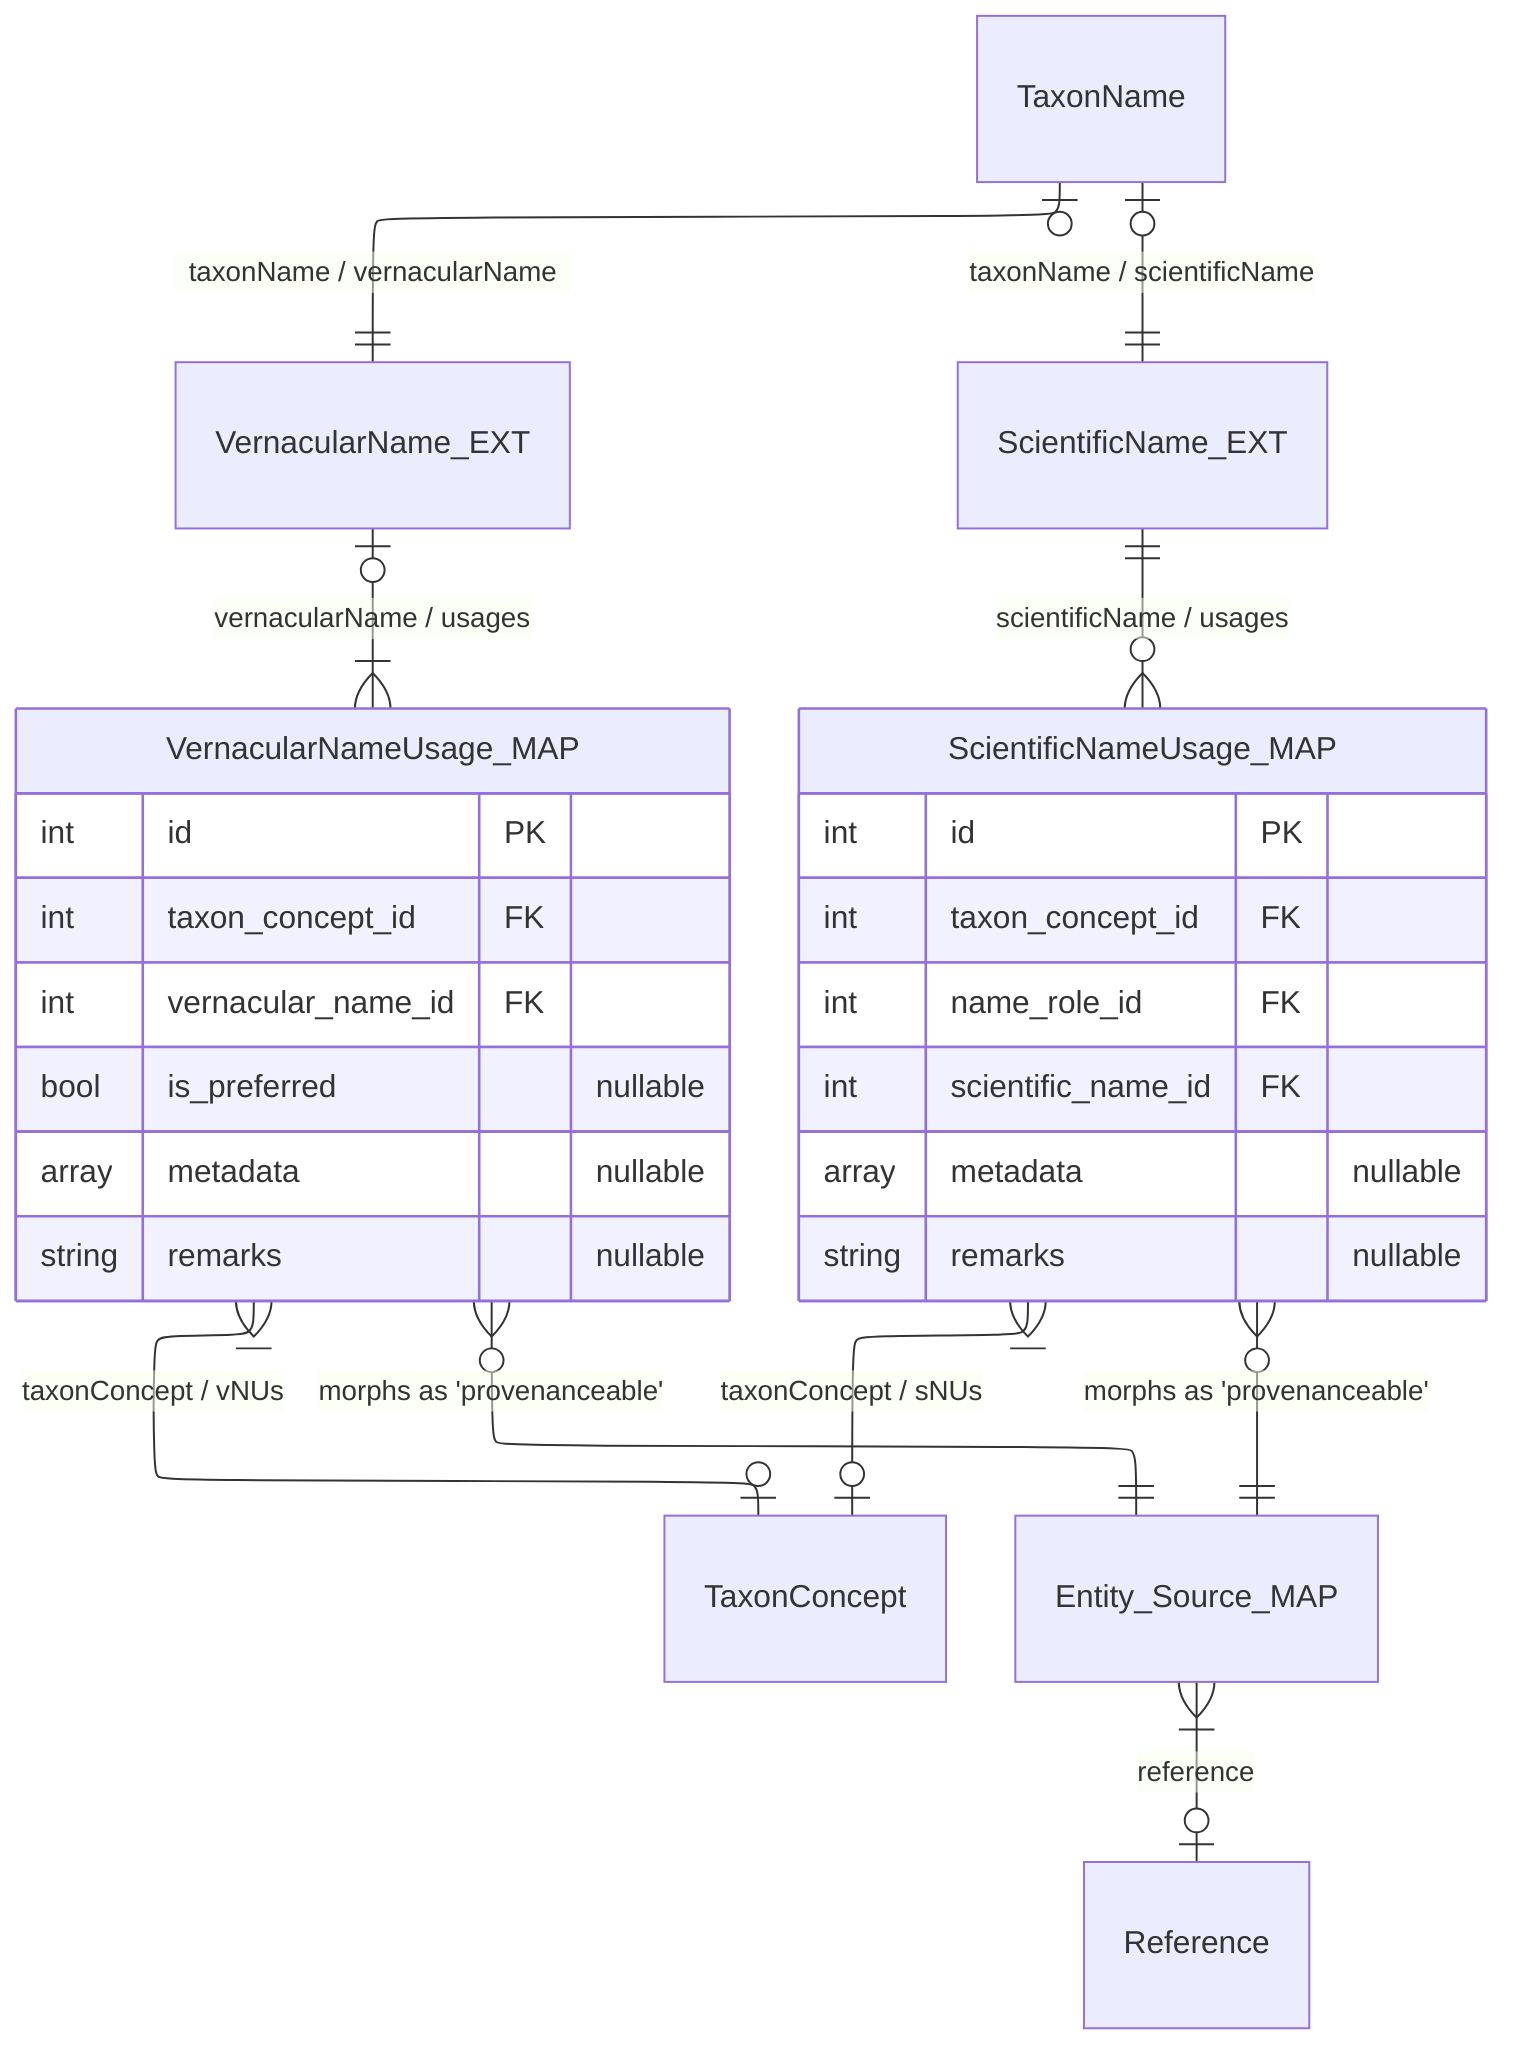
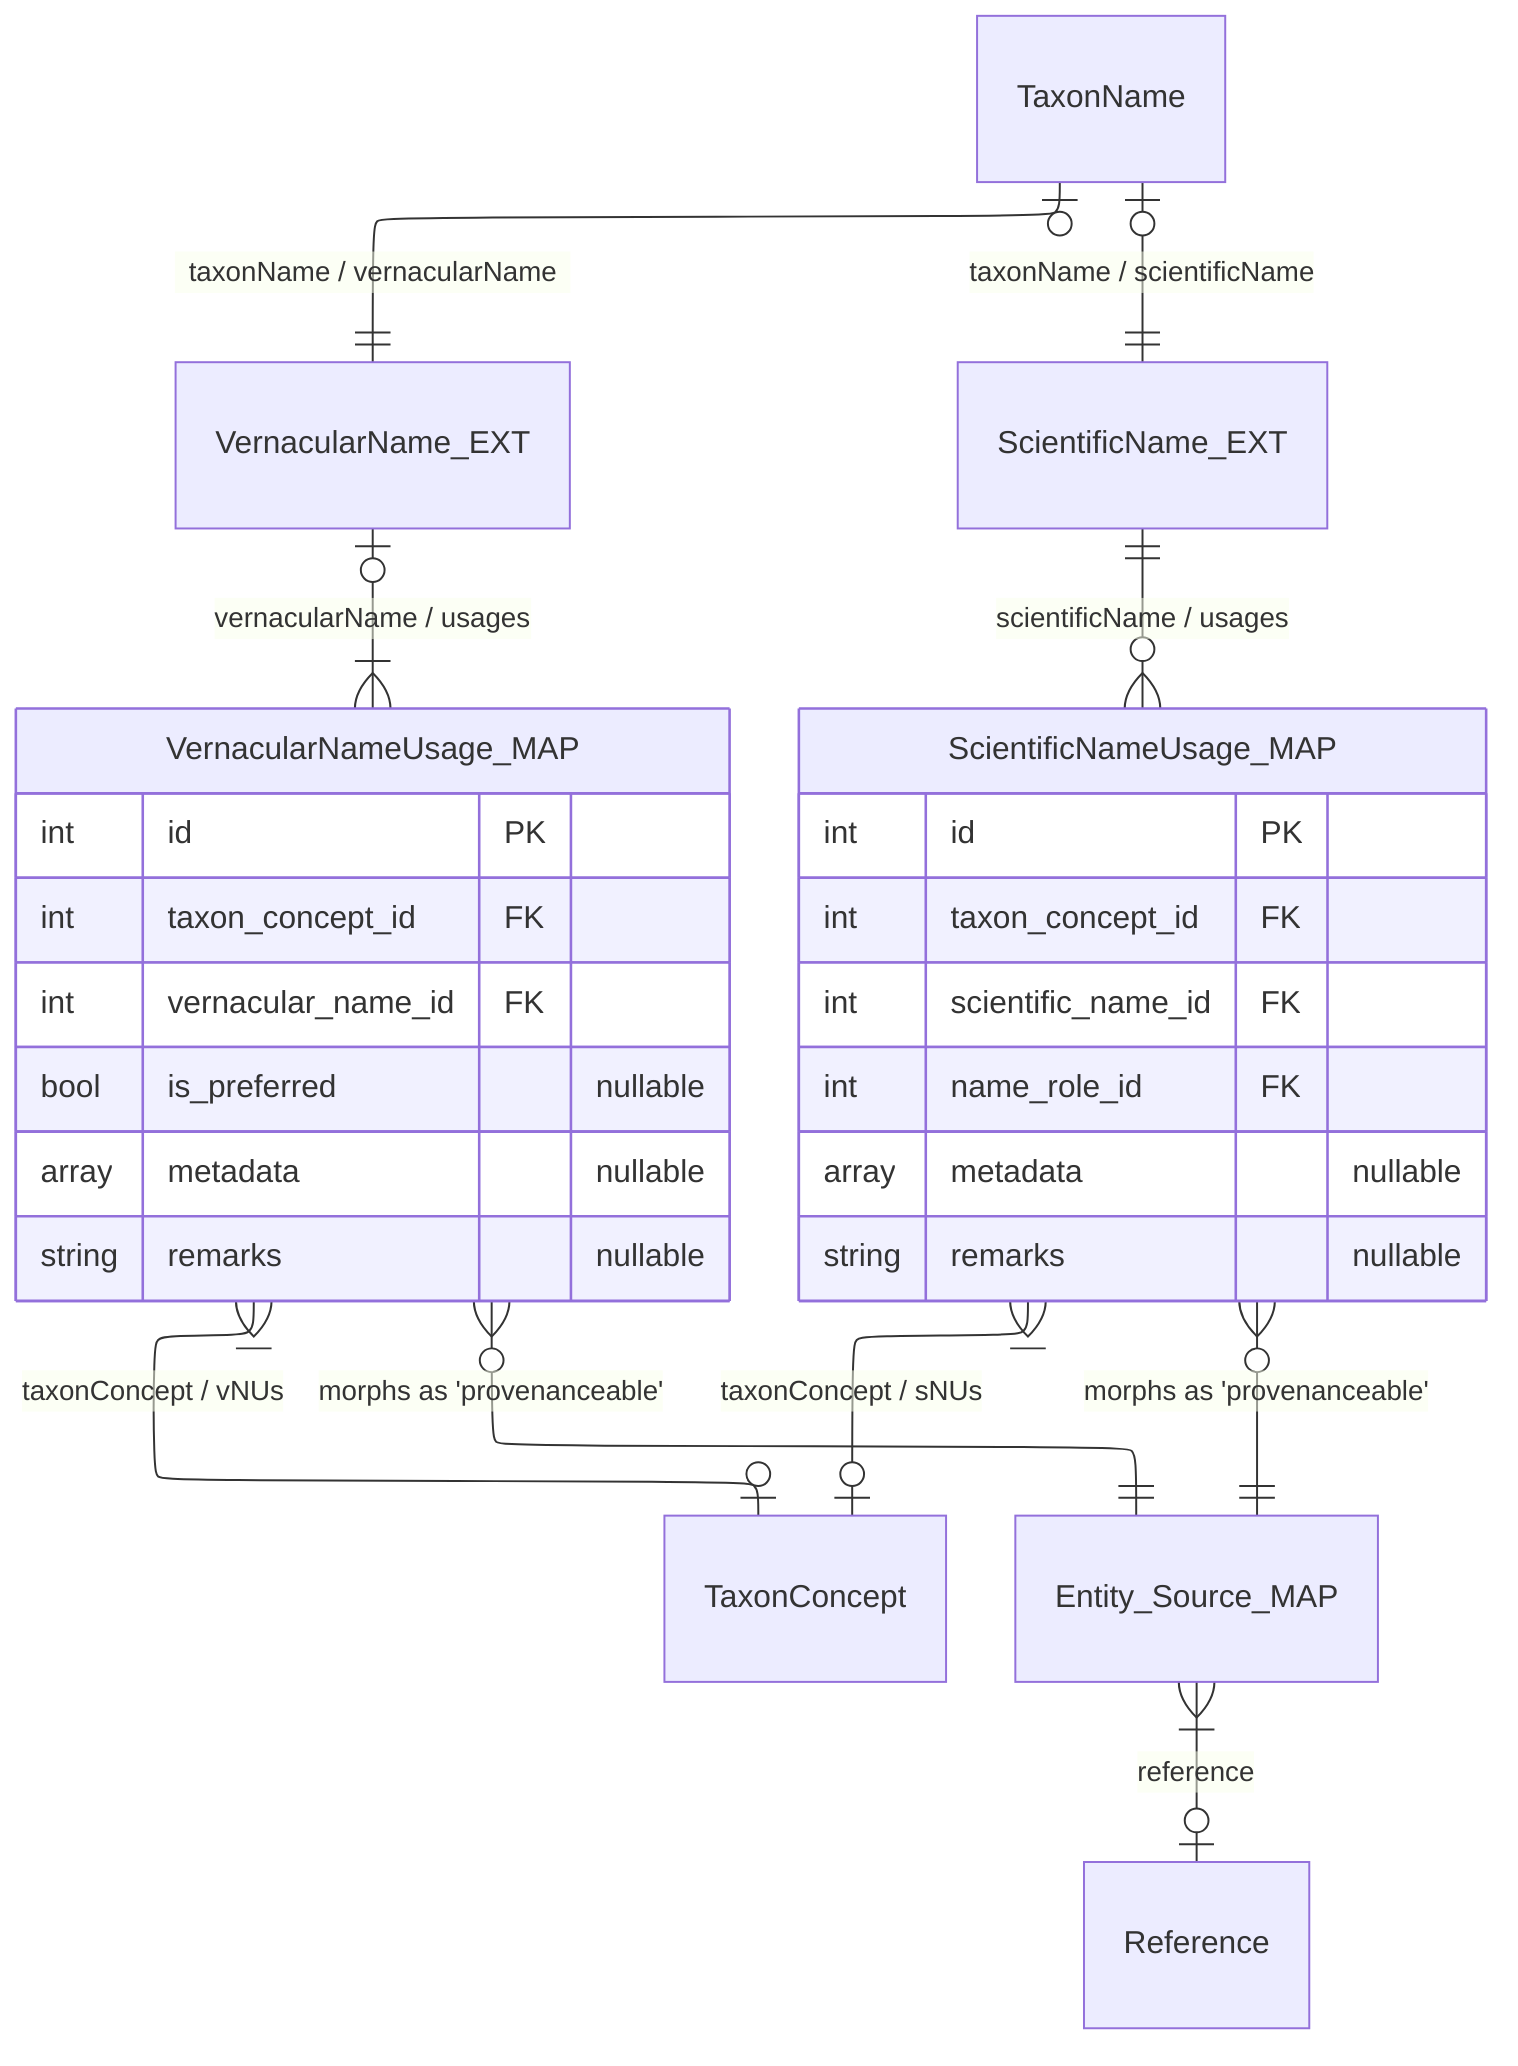
---
config:
  layout: elk
---
erDiagram
  TaxonName |o--|| VernacularName_EXT : "taxonName / vernacularName"
  VernacularName_EXT |o--|{ VernacularNameUsage_MAP : "vernacularName / usages"
  VernacularNameUsage_MAP }|--o| TaxonConcept : "taxonConcept / vNUs"
  VernacularNameUsage_MAP }o--|| Entity_Source_MAP : "morphs as 'provenanceable'"

  TaxonName |o--|| ScientificName_EXT : "taxonName / scientificName"
  ScientificName_EXT ||--o{ ScientificNameUsage_MAP : "scientificName / usages"
  ScientificNameUsage_MAP }|--o| TaxonConcept : "taxonConcept / sNUs"
  ScientificNameUsage_MAP }o--|| Entity_Source_MAP : "morphs as 'provenanceable'"

  Entity_Source_MAP }|--o| Reference : "reference"

  ScientificNameUsage_MAP {
    int id PK
    int taxon_concept_id FK
+     int scientific_name_id FK
    int name_role_id FK
-     int scientific_name_id FK
    array metadata "nullable"
    string remarks "nullable"
  }

  VernacularNameUsage_MAP {
    int id PK
    int taxon_concept_id FK
    int vernacular_name_id FK
    bool is_preferred "nullable"
    array metadata "nullable"
    string remarks "nullable"
  }
